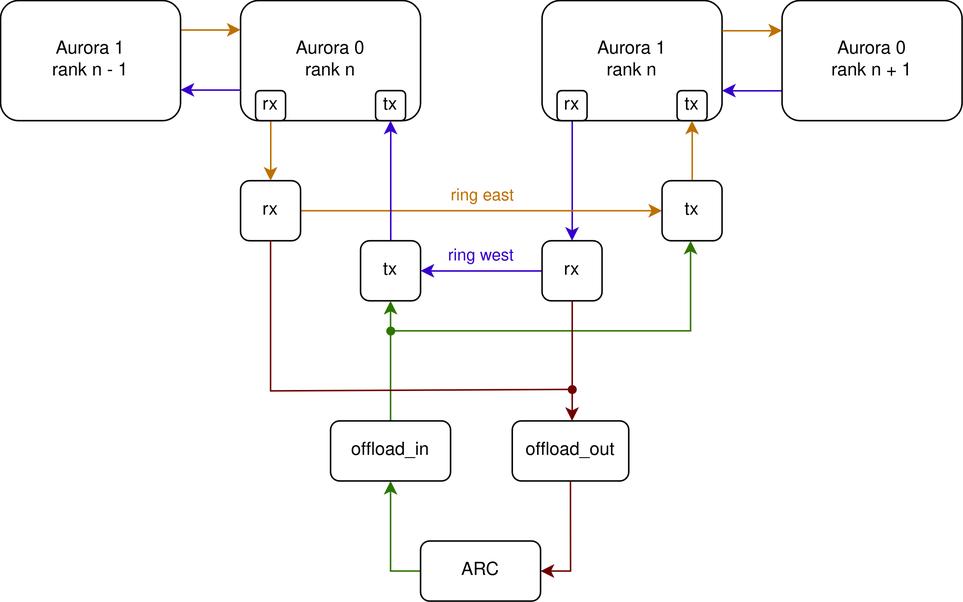
Before: collectives/offload/structure.drawio.png, a diagram exported from draw.io (papeg/AuroraFlow). Source tidied: cells renumbered, new cells last; positions are measured from the earlier drawing's top-left corner, leaving out a move shared by most shapes. The source it was exported from:
```xml
<mxGraphModel>
  <root>
    <mxCell id="0" />
    <mxCell id="1" parent="0" />
    <mxCell id="2" value="&lt;div&gt;Aurora 0&lt;/div&gt;&lt;div&gt;rank n&lt;/div&gt;" style="rounded=1;whiteSpace=wrap;html=1;" parent="1" vertex="1">
      <mxGeometry x="160" width="120" height="80" as="geometry" />
    </mxCell>
    <mxCell id="3" value="&lt;div&gt;Aurora 1&lt;/div&gt;&lt;div&gt;rank n&lt;br&gt;&lt;/div&gt;" style="rounded=1;whiteSpace=wrap;html=1;" parent="1" vertex="1">
      <mxGeometry x="361" width="120" height="80" as="geometry" />
    </mxCell>
    <mxCell id="4" style="endArrow=classic;html=1;rounded=0;exitX=1;exitY=0.25;exitDx=0;exitDy=0;fillColor=#f0a30a;strokeColor=#BD7000;" parent="1" edge="1" source="3">
      <mxGeometry relative="1" as="geometry">
        <mxPoint x="521" y="20" as="targetPoint" />
      </mxGeometry>
    </mxCell>
    <mxCell id="5" style="endArrow=classic;html=1;rounded=0;entryX=1;entryY=0.75;entryDx=0;entryDy=0;fillColor=#6a00ff;strokeColor=#3700CC;" parent="1" edge="1" target="3">
      <mxGeometry relative="1" as="geometry">
        <mxPoint x="521" y="60" as="sourcePoint" />
      </mxGeometry>
    </mxCell>
    <mxCell id="6" style="endArrow=classic;html=1;rounded=0;exitX=1;exitY=0.25;exitDx=0;exitDy=0;fillColor=#f0a30a;strokeColor=#BD7000;" parent="1" edge="1">
      <mxGeometry relative="1" as="geometry">
        <mxPoint x="120" y="19.5" as="sourcePoint" />
        <mxPoint x="160" y="19.5" as="targetPoint" />
      </mxGeometry>
    </mxCell>
    <mxCell id="7" style="endArrow=classic;html=1;rounded=0;entryX=1;entryY=0.75;entryDx=0;entryDy=0;fillColor=#6a00ff;strokeColor=#3700CC;" parent="1" edge="1">
      <mxGeometry relative="1" as="geometry">
        <mxPoint x="160" y="59.5" as="sourcePoint" />
        <mxPoint x="120" y="59.5" as="targetPoint" />
      </mxGeometry>
    </mxCell>
    <mxCell id="8" style="edgeStyle=orthogonalEdgeStyle;rounded=0;jettySize=auto;html=1;entryX=0.5;entryY=0;entryDx=0;entryDy=0;fillColor=#f0a30a;strokeColor=#BD7000;" parent="1" edge="1" source="9" target="16">
      <mxGeometry relative="1" as="geometry" />
    </mxCell>
    <mxCell id="9" value="rx" style="rounded=1;whiteSpace=wrap;html=1;" parent="1" vertex="1">
      <mxGeometry x="170" y="60" width="20" height="20" as="geometry" />
    </mxCell>
    <mxCell id="10" value="tx" style="rounded=1;whiteSpace=wrap;html=1;" parent="1" vertex="1">
      <mxGeometry x="250" y="60" width="20" height="20" as="geometry" />
    </mxCell>
    <mxCell id="11" style="edgeStyle=orthogonalEdgeStyle;rounded=0;jettySize=auto;html=1;entryX=0.5;entryY=0;entryDx=0;entryDy=0;fillColor=#6a00ff;strokeColor=#3700CC;" parent="1" edge="1" source="12" target="21">
      <mxGeometry relative="1" as="geometry" />
    </mxCell>
    <mxCell id="12" value="rx" style="rounded=1;whiteSpace=wrap;html=1;" parent="1" vertex="1">
      <mxGeometry x="371" y="60" width="20" height="20" as="geometry" />
    </mxCell>
    <mxCell id="13" value="tx" style="rounded=1;whiteSpace=wrap;html=1;" parent="1" vertex="1">
      <mxGeometry x="451" y="60" width="20" height="20" as="geometry" />
    </mxCell>
    <mxCell id="14" style="edgeStyle=orthogonalEdgeStyle;rounded=0;jettySize=auto;html=1;entryX=0;entryY=0.5;entryDx=0;entryDy=0;fillColor=#f0a30a;strokeColor=#BD7000;" parent="1" edge="1" source="16" target="23">
      <mxGeometry relative="1" as="geometry">
        <Array as="points">
          <mxPoint x="310" y="140" />
          <mxPoint x="310" y="140" />
        </Array>
      </mxGeometry>
    </mxCell>
    <mxCell id="15" value="&lt;font color=&quot;#bd7000&quot;&gt;ring east&lt;/font&gt;" style="edgeLabel;html=1;align=center;verticalAlign=middle;" parent="14" vertex="1">
      <mxGeometry x="-0.02" y="1" relative="1" as="geometry">
        <mxPoint x="2" y="-9" as="offset" />
      </mxGeometry>
    </mxCell>
    <mxCell id="16" value="rx" style="rounded=1;whiteSpace=wrap;html=1;" parent="1" vertex="1">
      <mxGeometry x="160" y="120" width="40" height="40" as="geometry" />
    </mxCell>
    <mxCell id="17" style="edgeStyle=orthogonalEdgeStyle;rounded=0;jettySize=auto;html=1;entryX=0.5;entryY=1;entryDx=0;entryDy=0;fillColor=#6a00ff;strokeColor=#3700CC;" parent="1" edge="1" source="18" target="10">
      <mxGeometry relative="1" as="geometry" />
    </mxCell>
    <mxCell id="18" value="tx" style="rounded=1;whiteSpace=wrap;html=1;" parent="1" vertex="1">
      <mxGeometry x="240" y="160" width="40" height="40" as="geometry" />
    </mxCell>
    <mxCell id="19" style="edgeStyle=orthogonalEdgeStyle;rounded=0;jettySize=auto;html=1;entryX=1;entryY=0.5;entryDx=0;entryDy=0;fillColor=#6a00ff;strokeColor=#3700CC;" parent="1" edge="1" source="21" target="18">
      <mxGeometry relative="1" as="geometry" />
    </mxCell>
    <mxCell id="20" value="ring west" style="edgeLabel;html=1;align=center;verticalAlign=middle;fontColor=#3700CC;" parent="19" vertex="1">
      <mxGeometry x="0.06" y="-1" relative="1" as="geometry">
        <mxPoint x="1" y="-9" as="offset" />
      </mxGeometry>
    </mxCell>
    <mxCell id="21" value="rx" style="rounded=1;whiteSpace=wrap;html=1;" parent="1" vertex="1">
      <mxGeometry x="361" y="160" width="40" height="40" as="geometry" />
    </mxCell>
    <mxCell id="22" style="edgeStyle=orthogonalEdgeStyle;rounded=0;jettySize=auto;html=1;entryX=0.5;entryY=1;entryDx=0;entryDy=0;fillColor=#f0a30a;strokeColor=#BD7000;" parent="1" edge="1" source="23" target="13">
      <mxGeometry relative="1" as="geometry" />
    </mxCell>
    <mxCell id="23" value="tx" style="rounded=1;whiteSpace=wrap;html=1;" parent="1" vertex="1">
      <mxGeometry x="441" y="120" width="40" height="40" as="geometry" />
    </mxCell>
    <mxCell id="24" style="edgeStyle=orthogonalEdgeStyle;rounded=0;jettySize=auto;html=1;entryX=0.5;entryY=1;entryDx=0;entryDy=0;fillColor=#60a917;strokeColor=#2D7600;" parent="1" edge="1" source="26" target="18">
      <mxGeometry relative="1" as="geometry">
        <Array as="points">
          <mxPoint x="260" y="260" />
          <mxPoint x="260" y="260" />
        </Array>
      </mxGeometry>
    </mxCell>
    <mxCell id="25" style="edgeStyle=orthogonalEdgeStyle;rounded=0;jettySize=auto;html=1;entryX=0.5;entryY=1;entryDx=0;entryDy=0;fillColor=#60a917;strokeColor=#2D7600;" parent="1" edge="1" source="34" target="23">
      <mxGeometry relative="1" as="geometry">
        <Array as="points">
          <mxPoint x="460" y="220" />
          <mxPoint x="460" y="160" />
        </Array>
      </mxGeometry>
    </mxCell>
    <mxCell id="26" value="&lt;div&gt;offload_in&lt;/div&gt;" style="rounded=1;whiteSpace=wrap;html=1;" parent="1" vertex="1">
      <mxGeometry x="220" y="280" width="80" height="40" as="geometry" />
    </mxCell>
    <mxCell id="27" style="edgeStyle=orthogonalEdgeStyle;rounded=0;jettySize=auto;html=1;entryX=1;entryY=0.5;entryDx=0;entryDy=0;fillColor=#a20025;strokeColor=#6F0000;" parent="1" edge="1" source="28" target="30">
      <mxGeometry relative="1" as="geometry" />
    </mxCell>
    <mxCell id="28" value="&lt;div&gt;offload_out&lt;/div&gt;" style="rounded=1;whiteSpace=wrap;html=1;" parent="1" vertex="1">
      <mxGeometry x="341.1" y="280" width="77.7" height="40" as="geometry" />
    </mxCell>
    <mxCell id="29" style="edgeStyle=orthogonalEdgeStyle;rounded=0;jettySize=auto;html=1;entryX=0.5;entryY=1;entryDx=0;entryDy=0;fillColor=#60a917;strokeColor=#2D7600;" parent="1" edge="1" source="30" target="26">
      <mxGeometry relative="1" as="geometry">
        <Array as="points">
          <mxPoint x="260" y="380" />
        </Array>
      </mxGeometry>
    </mxCell>
    <mxCell id="30" value="ARC" style="rounded=1;whiteSpace=wrap;html=1;" parent="1" vertex="1">
      <mxGeometry x="280" y="360" width="80" height="40" as="geometry" />
    </mxCell>
    <mxCell id="31" value="&lt;div&gt;Aurora 0&lt;/div&gt;&lt;div&gt;rank n + 1&lt;br&gt;&lt;/div&gt;" style="rounded=1;whiteSpace=wrap;html=1;" parent="1" vertex="1">
      <mxGeometry x="521" width="120" height="80" as="geometry" />
    </mxCell>
    <mxCell id="32" value="&lt;div&gt;Aurora 1&lt;/div&gt;&lt;div&gt;rank n - 1&lt;/div&gt;" style="rounded=1;whiteSpace=wrap;html=1;" parent="1" vertex="1">
      <mxGeometry width="120" height="80" as="geometry" />
    </mxCell>
    <mxCell id="33" style="edgeStyle=orthogonalEdgeStyle;rounded=0;jettySize=auto;html=1;fillColor=#a20025;strokeColor=#6F0000;" parent="1" edge="1" source="35">
      <mxGeometry relative="1" as="geometry">
        <mxPoint x="381" y="280" as="targetPoint" />
      </mxGeometry>
    </mxCell>
    <mxCell id="34" style="shape=waypoint;sketch=0;fillStyle=solid;size=6;points=[];fillColor=#60a917;perimeter=centerPerimeter;snapToPoint=1;fontColor=#ffffff;strokeColor=#2D7600;" parent="1" vertex="1">
      <mxGeometry x="250" y="210" width="20" height="20" as="geometry" />
    </mxCell>
    <mxCell id="35" style="shape=waypoint;sketch=0;fillStyle=solid;size=6;points=[];fillColor=#a20025;perimeter=centerPerimeter;snapToPoint=1;fontColor=#ffffff;strokeColor=#6F0000;" parent="1" vertex="1">
      <mxGeometry x="371" y="249" width="20" height="20" as="geometry" />
    </mxCell>
    <mxCell id="36" style="endArrow=none;html=1;rounded=0;exitX=0.5;exitY=1;exitDx=0;exitDy=0;entryX=0.328;entryY=0.072;entryDx=0;entryDy=0;entryPerimeter=0;fillColor=#a20025;strokeColor=#6F0000;" parent="1" edge="1" source="21" target="35">
      <mxGeometry relative="1" as="geometry" />
    </mxCell>
    <mxCell id="37" style="endArrow=none;html=1;rounded=0;exitX=0.5;exitY=1;exitDx=0;exitDy=0;entryX=0.18;entryY=0.378;entryDx=0;entryDy=0;entryPerimeter=0;fillColor=#a20025;strokeColor=#6F0000;" parent="1" edge="1" source="16" target="35">
      <mxGeometry relative="1" as="geometry">
        <Array as="points">
          <mxPoint x="180" y="260" />
        </Array>
      </mxGeometry>
    </mxCell>
  </root>
</mxGraphModel>
```
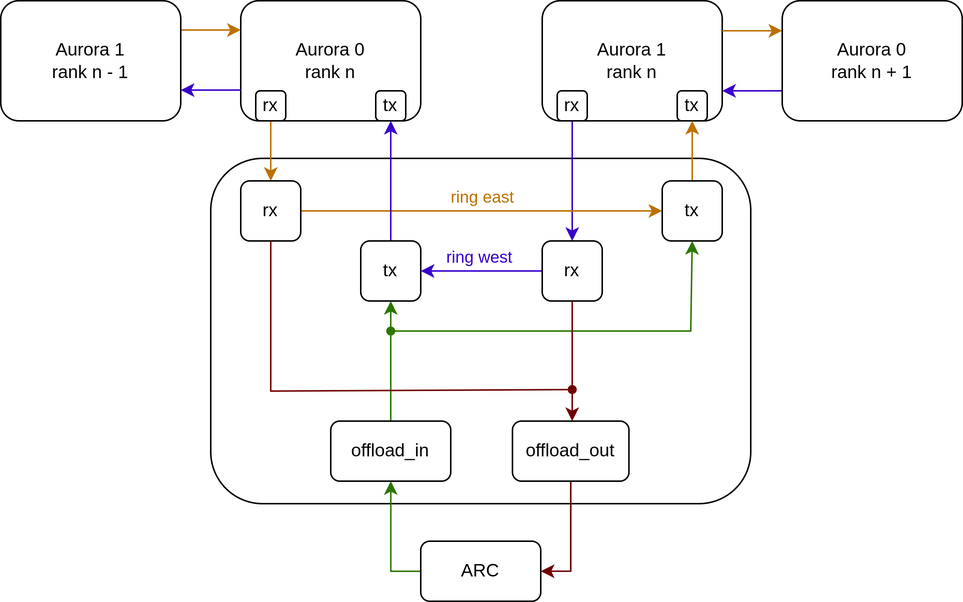
The same file after the commit.

The edit, as a diff of the source:
```diff
@@ -2,6 +2,9 @@
   <root>
     <mxCell id="0" />
     <mxCell id="1" parent="0" />
+    <mxCell id="38" style="rounded=1;whiteSpace=wrap;html=1;" parent="1" vertex="1">
+      <mxGeometry x="140" y="105" width="360" height="230" as="geometry" />
+    </mxCell>
     <mxCell id="2" value="&lt;div&gt;Aurora 0&lt;/div&gt;&lt;div&gt;rank n&lt;/div&gt;" style="rounded=1;whiteSpace=wrap;html=1;" parent="1" vertex="1">
       <mxGeometry x="160" width="120" height="80" as="geometry" />
     </mxCell>
```
